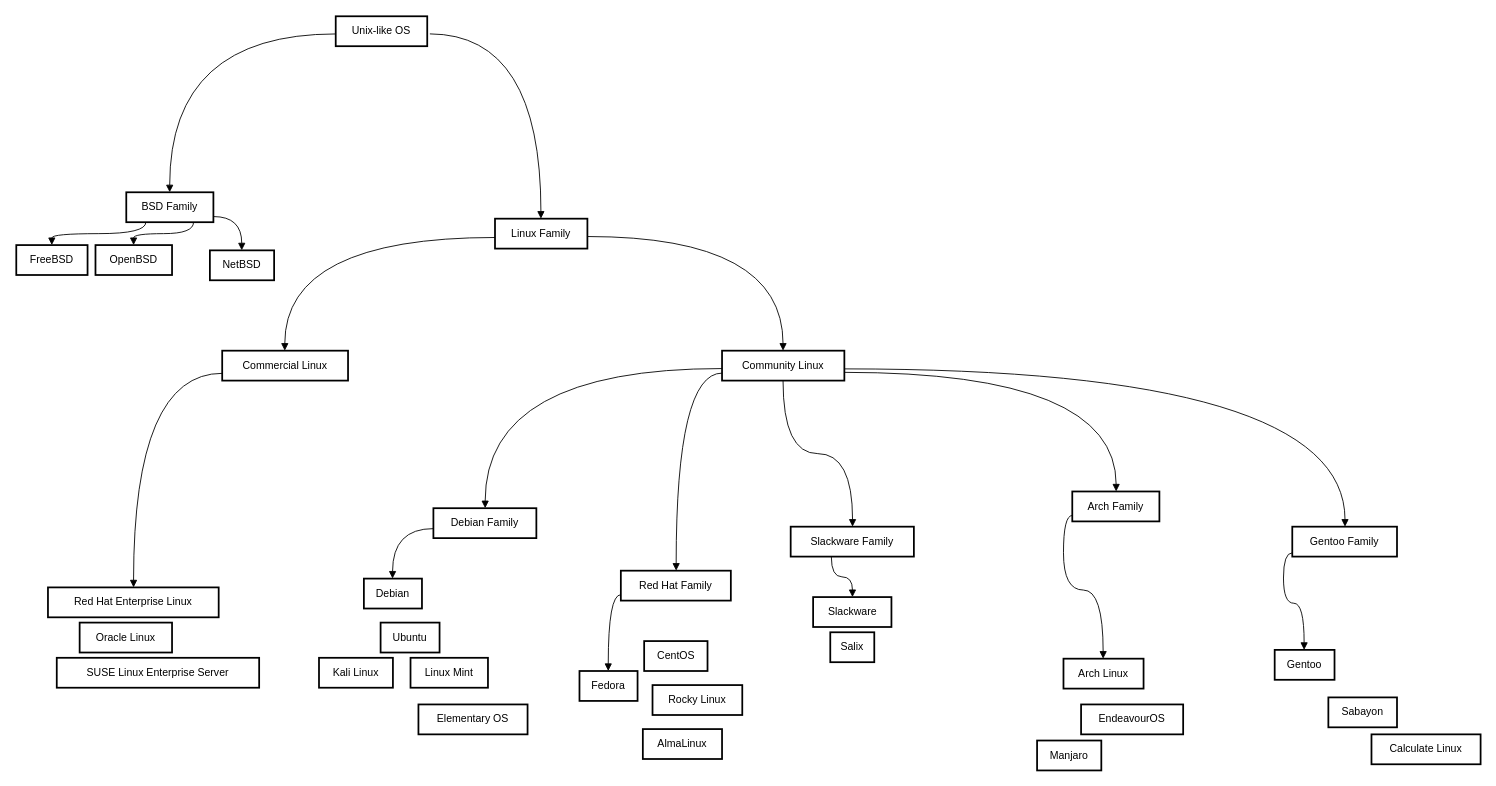
Earlier version of the draw.io diagram distro.drawio (JuSTinMrp/Architecture-Diagram). Source tidied: cells renumbered, new cells numbered last; positions are measured from the earlier drawing's top-left corner, leaving out a move shared by most shapes. Both pictures are drawn from the tidied source at 88%, with x=0, y=0 at pixel (16, 16).
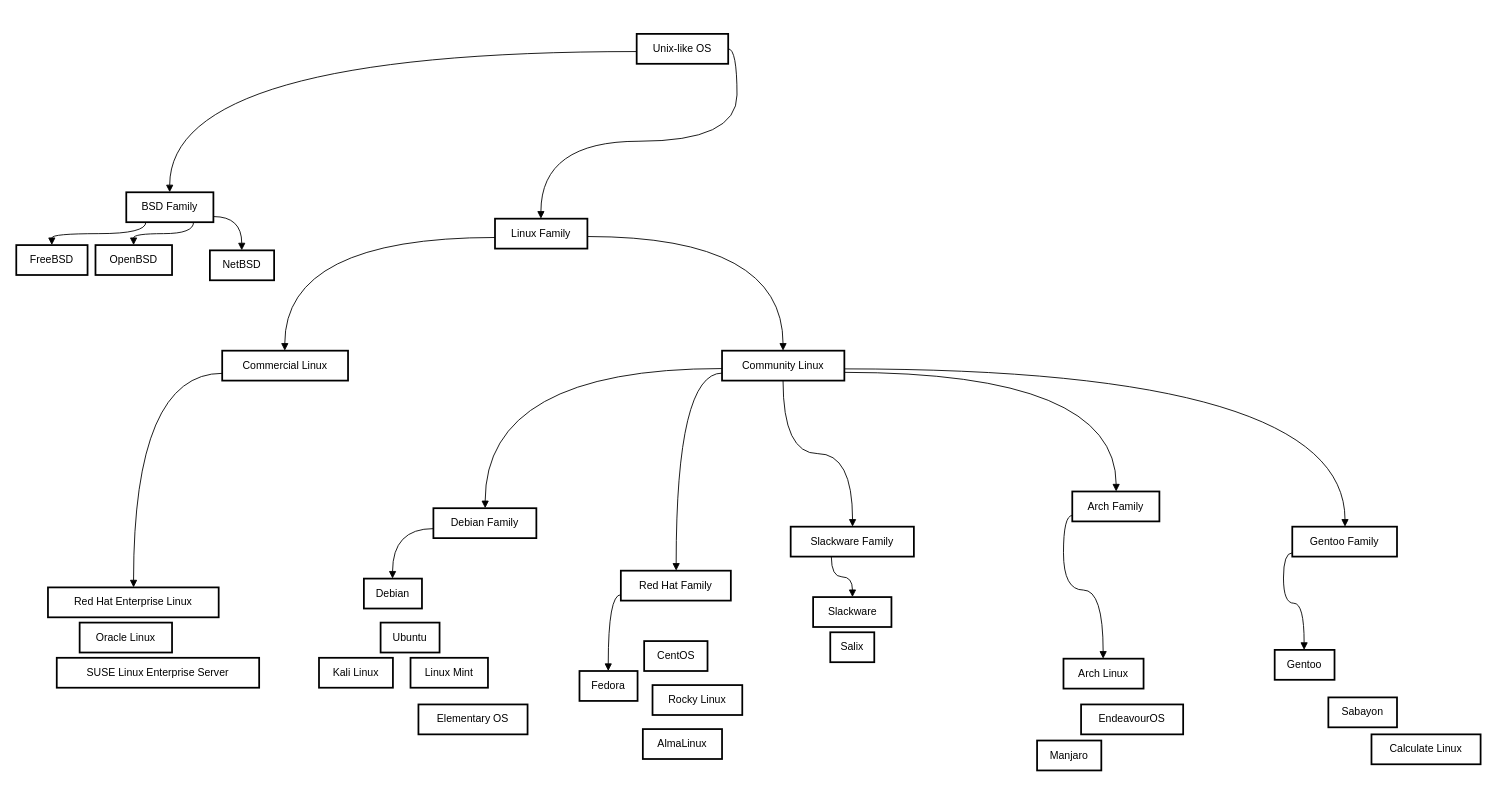
The same diagram, later.

Unchanged cells that the change refers to:
```xml
<mxCell id="4" value="Linux Family" style="whiteSpace=wrap;strokeWidth=2;" parent="1" vertex="1">
  <mxGeometry x="544" y="230" width="105" height="34" as="geometry" />
</mxCell>
```

Diff of the diagram source:
```diff
@@
     <mxCell id="2" value="Unix-like OS" style="whiteSpace=wrap;strokeWidth=2;" parent="1" vertex="1">
-      <mxGeometry x="363" width="104" height="34" as="geometry" />
+      <mxGeometry x="705" y="20" width="104" height="34" as="geometry" />
     </mxCell>
@@
-    <mxCell id="36" style="startArrow=none;endArrow=block;entryX=0.49698414575485955;entryY=0;rounded=0;edgeStyle=orthogonalEdgeStyle;curved=1;" parent="1" edge="1" target="4">
-      <mxGeometry relative="1" as="geometry">
-        <mxPoint x="470" y="20" as="sourcePoint" />
-      </mxGeometry>
+    <mxCell id="36" style="startArrow=none;endArrow=block;entryX=0.49698414575485955;entryY=0;rounded=0;edgeStyle=orthogonalEdgeStyle;curved=1;exitX=1;exitY=0.5;exitDx=0;exitDy=0;" parent="1" edge="1" source="2" target="4">
+      <mxGeometry relative="1" as="geometry" />
     </mxCell>
```
